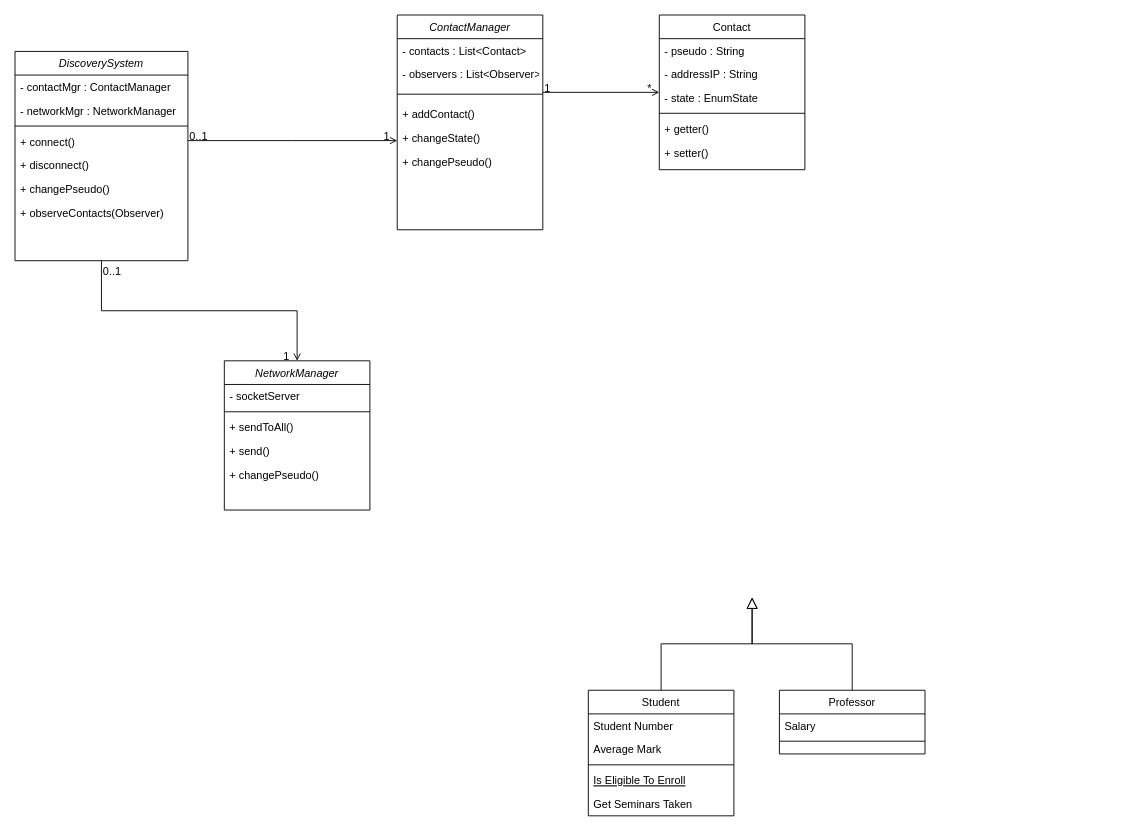
insa-4ir-chatsystem/chatsystem-billard-slamnia keeps this draw.io diagram as doc/uml/ClassDiagramDiscoverySystem.drawio. Above is the earlier version. Source tidied: cells renumbered, new cells numbered last; positions are measured from the earlier drawing's top-left corner, leaving out a move shared by most shapes. Both pictures are drawn from the tidied source at 91%, with x=0, y=0 at pixel (15, 15).
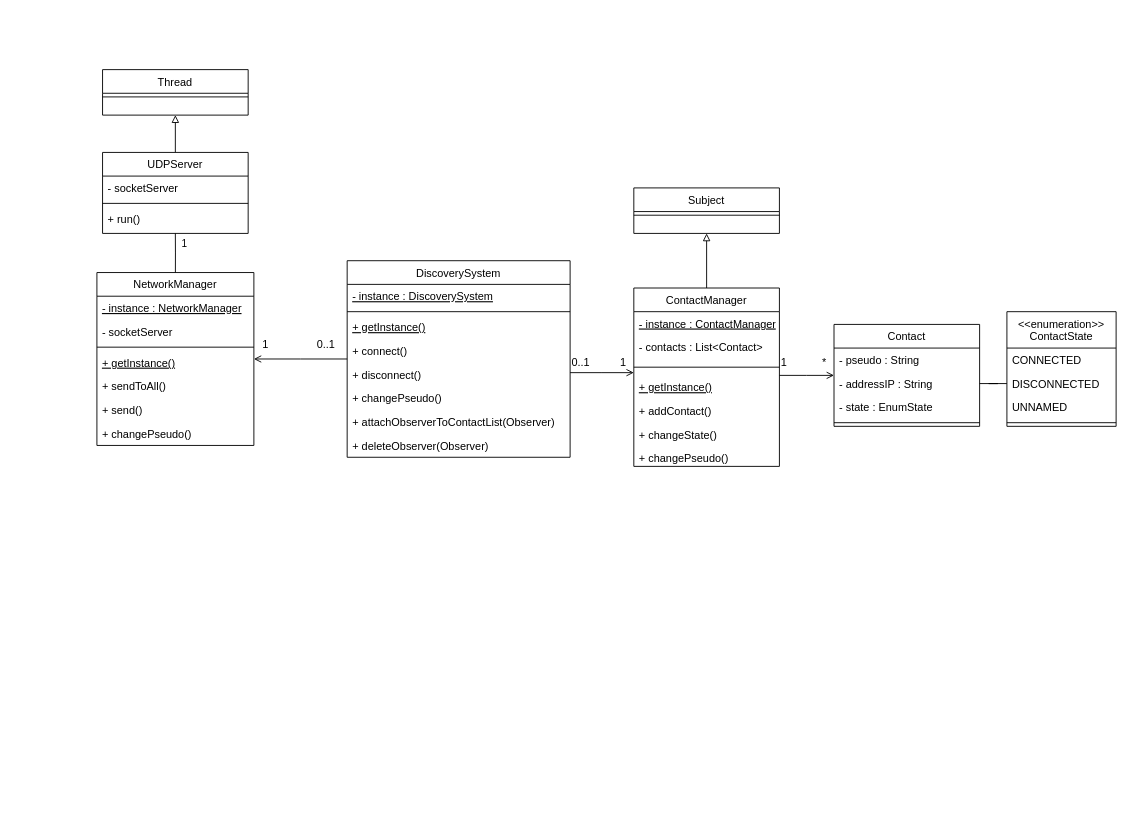
After the change.

Commit message:
Mettre à jour ClassDiagramDiscoverySystem.drawio

Unchanged cells that the change refers to:
```xml
<mxCell id="22" value="- addressIP : String" style="text;align=left;verticalAlign=top;spacingLeft=4;spacingRight=4;overflow=hidden;points=[[0,0.5],[1,0.5]];portConstraint=eastwest;rounded=0;shadow=0;html=0;" parent="20" vertex="1">
  <mxGeometry y="52" width="160" height="26" as="geometry" />
</mxCell>
<mxCell id="27" style="endArrow=open;shadow=0;strokeWidth=1;rounded=0;endFill=1;edgeStyle=elbowEdgeStyle;elbow=vertical;" parent="1" edge="1" source="2" target="20">
  <mxGeometry x="0.5" y="41" relative="1" as="geometry">
    <mxPoint x="-40" y="32" as="offset" />
  </mxGeometry>
</mxCell>
<mxCell id="44" style="endArrow=open;shadow=0;strokeWidth=1;rounded=0;endFill=1;edgeStyle=elbowEdgeStyle;elbow=vertical;" parent="1" edge="1" source="36" target="2">
  <mxGeometry x="0.5" y="41" relative="1" as="geometry">
    <mxPoint x="-40" y="32" as="offset" />
  </mxGeometry>
</mxCell>
<mxCell id="47" style="endArrow=open;shadow=0;strokeWidth=1;rounded=0;endFill=1;edgeStyle=elbowEdgeStyle;elbow=vertical;" parent="1" edge="1" source="36" target="30">
  <mxGeometry x="0.5" y="41" relative="1" as="geometry">
    <mxPoint x="-40" y="32" as="offset" />
  </mxGeometry>
</mxCell>
```

What changed in the source:
```diff
@@
+    <mxCell id="50" style="edgeStyle=orthogonalEdgeStyle;rounded=0;jettySize=auto;html=1;entryX=0.5;entryY=1;entryDx=0;entryDy=0;endArrow=block;endFill=0;" parent="1" edge="1" source="2" target="58">
+      <mxGeometry relative="1" as="geometry" />
+    </mxCell>
-    <mxCell id="2" value="ContactManager" style="swimlane;fontStyle=2;align=center;verticalAlign=top;horizontal=1;startSize=26;rounded=0;shadow=0;strokeWidth=1;" parent="1" vertex="1">
-      <mxGeometry x="420" width="160" height="236" as="geometry" />
+    <mxCell id="2" value="ContactManager" style="swimlane;fontStyle=0;align=center;verticalAlign=top;horizontal=1;startSize=26;rounded=0;shadow=0;strokeWidth=1;" parent="1" vertex="1">
+      <mxGeometry x="680" y="300" width="160" height="196" as="geometry" />
     </mxCell>
-    <mxCell id="3" value="- contacts : List&lt;Contact&gt;" style="text;align=left;verticalAlign=top;spacingLeft=4;spacingRight=4;overflow=hidden;" parent="2" vertex="1">
+    <mxCell id="3" value="- instance : ContactManager" style="text;align=left;verticalAlign=top;spacingLeft=4;spacingRight=4;overflow=hidden;fontStyle=4;" parent="2" vertex="1">
       <mxGeometry y="26" width="160" height="26" as="geometry" />
     </mxCell>
-    <mxCell id="4" value="- observers : List&lt;Observer&gt;" style="text;align=left;verticalAlign=top;spacingLeft=4;spacingRight=4;overflow=hidden;" parent="2" vertex="1">
-      <mxGeometry y="52" width="160" height="26" as="geometry" />
-    </mxCell>
+    <mxCell id="51" value="- contacts : List&lt;Contact&gt;" style="text;align=left;verticalAlign=top;spacingLeft=4;spacingRight=4;overflow=hidden;" parent="2" vertex="1">
+      <mxGeometry y="52" width="160" height="26" as="geometry" />
+    </mxCell>
@@
+    <mxCell id="52" value="+ getInstance()" style="text;align=left;verticalAlign=top;spacingLeft=4;spacingRight=4;overflow=hidden;fontStyle=4;" parent="2" vertex="1">
+      <mxGeometry y="96" width="160" height="26" as="geometry" />
+    </mxCell>
     <mxCell id="6" value="+ addContact()" style="text;align=left;verticalAlign=top;spacingLeft=4;spacingRight=4;overflow=hidden;" parent="2" vertex="1">
-      <mxGeometry y="96" width="160" height="26" as="geometry" />
+      <mxGeometry y="122" width="160" height="26" as="geometry" />
     </mxCell>
     <mxCell id="7" value="+ changeState()" style="text;align=left;verticalAlign=top;spacingLeft=4;spacingRight=4;overflow=hidden;" parent="2" vertex="1">
-      <mxGeometry y="122" width="160" height="26" as="geometry" />
+      <mxGeometry y="148" width="160" height="26" as="geometry" />
     </mxCell>
     <mxCell id="8" value="+ changePseudo()" style="text;align=left;verticalAlign=top;spacingLeft=4;spacingRight=4;overflow=hidden;" parent="2" vertex="1">
-      <mxGeometry y="148" width="160" height="22" as="geometry" />
+      <mxGeometry y="174" width="160" height="22" as="geometry" />
     </mxCell>
-    <mxCell id="9" value="Student" style="swimlane;fontStyle=0;align=center;verticalAlign=top;horizontal=1;startSize=26;rounded=0;shadow=0;strokeWidth=1;" parent="1" vertex="1">
-      <mxGeometry x="630" y="742" width="160" height="138" as="geometry" />
-    </mxCell>
-    <mxCell id="10" value="Student Number" style="text;align=left;verticalAlign=top;spacingLeft=4;spacingRight=4;overflow=hidden;" parent="9" vertex="1">
-      <mxGeometry y="26" width="160" height="26" as="geometry" />
-    </mxCell>
-    <mxCell id="11" value="Average Mark" style="text;align=left;verticalAlign=top;spacingLeft=4;spacingRight=4;overflow=hidden;rounded=0;shadow=0;html=0;" parent="9" vertex="1">
-      <mxGeometry y="52" width="160" height="26" as="geometry" />
-    </mxCell>
-    <mxCell id="12" style="line;html=1;strokeWidth=1;align=left;verticalAlign=middle;spacingTop=-1;spacingLeft=3;spacingRight=3;labelPosition=right;" parent="9" vertex="1">
-      <mxGeometry y="78" width="160" height="8" as="geometry" />
-    </mxCell>
-    <mxCell id="13" value="Is Eligible To Enroll" style="text;align=left;verticalAlign=top;spacingLeft=4;spacingRight=4;overflow=hidden;fontStyle=4;" parent="9" vertex="1">
-      <mxGeometry y="86" width="160" height="26" as="geometry" />
-    </mxCell>
-    <mxCell id="14" value="Get Seminars Taken" style="text;align=left;verticalAlign=top;spacingLeft=4;spacingRight=4;overflow=hidden;" parent="9" vertex="1">
-      <mxGeometry y="112" width="160" height="26" as="geometry" />
-    </mxCell>
-    <mxCell id="15" style="endArrow=block;endSize=10;endFill=0;shadow=0;strokeWidth=1;rounded=0;edgeStyle=elbowEdgeStyle;elbow=vertical;" parent="1" edge="1" source="9">
-      <mxGeometry relative="1" as="geometry">
-        <mxPoint x="810" y="640" as="targetPoint" />
-      </mxGeometry>
-    </mxCell>
-    <mxCell id="16" value="Professor" style="swimlane;fontStyle=0;align=center;verticalAlign=top;horizontal=1;startSize=26;rounded=0;shadow=0;strokeWidth=1;" parent="1" vertex="1">
-      <mxGeometry x="840" y="742" width="160" height="70" as="geometry" />
-    </mxCell>
-    <mxCell id="17" value="Salary" style="text;align=left;verticalAlign=top;spacingLeft=4;spacingRight=4;overflow=hidden;" parent="16" vertex="1">
-      <mxGeometry y="26" width="160" height="26" as="geometry" />
-    </mxCell>
-    <mxCell id="18" style="line;html=1;strokeWidth=1;align=left;verticalAlign=middle;spacingTop=-1;spacingLeft=3;spacingRight=3;labelPosition=right;" parent="16" vertex="1">
-      <mxGeometry y="52" width="160" height="8" as="geometry" />
-    </mxCell>
-    <mxCell id="19" style="endArrow=block;endSize=10;endFill=0;shadow=0;strokeWidth=1;rounded=0;edgeStyle=elbowEdgeStyle;elbow=vertical;" parent="1" edge="1" source="16">
-      <mxGeometry relative="1" as="geometry">
-        <mxPoint x="810" y="640" as="targetPoint" />
-      </mxGeometry>
-    </mxCell>
     <mxCell id="20" value="Contact" style="swimlane;fontStyle=0;align=center;verticalAlign=top;horizontal=1;startSize=26;rounded=0;shadow=0;strokeWidth=1;" parent="1" vertex="1">
-      <mxGeometry x="708" width="160" height="170" as="geometry" />
+      <mxGeometry x="900" y="340" width="160" height="112" as="geometry" />
     </mxCell>
@@
-    <mxCell id="25" value="+ getter()" style="text;align=left;verticalAlign=top;spacingLeft=4;spacingRight=4;overflow=hidden;" parent="20" vertex="1">
-      <mxGeometry y="112" width="160" height="26" as="geometry" />
-    </mxCell>
-    <mxCell id="26" value="+ setter()" style="text;align=left;verticalAlign=top;spacingLeft=4;spacingRight=4;overflow=hidden;" parent="20" vertex="1">
-      <mxGeometry y="138" width="160" height="26" as="geometry" />
-    </mxCell>
@@
     <mxCell id="28" value="1" style="align=left;verticalAlign=bottom;labelBackgroundColor=none;fontSize=12;" parent="27" vertex="1">
       <mxGeometry x="-1" relative="1" as="geometry">
-        <mxPoint y="4" as="offset" />
+        <mxPoint y="-6" as="offset" />
       </mxGeometry>
     </mxCell>
     <mxCell id="29" value="*" style="align=right;verticalAlign=bottom;labelBackgroundColor=none;fontSize=12;" parent="27" vertex="1">
       <mxGeometry x="1" relative="1" as="geometry">
-        <mxPoint x="-7" y="4" as="offset" />
+        <mxPoint x="-7" y="-6" as="offset" />
       </mxGeometry>
     </mxCell>
-    <mxCell id="30" value="NetworkManager" style="swimlane;fontStyle=2;align=center;verticalAlign=top;horizontal=1;startSize=26;rounded=0;shadow=0;strokeWidth=1;" parent="1" vertex="1">
-      <mxGeometry x="230" y="380" width="160" height="164" as="geometry" />
+    <mxCell id="30" value="NetworkManager" style="swimlane;fontStyle=0;align=center;verticalAlign=top;horizontal=1;startSize=26;rounded=0;shadow=0;strokeWidth=1;" parent="1" vertex="1">
+      <mxGeometry x="90" y="283" width="172.5" height="190" as="geometry" />
     </mxCell>
+    <mxCell id="53" value="- instance : NetworkManager " style="text;align=left;verticalAlign=top;spacingLeft=4;spacingRight=4;overflow=hidden;fontStyle=4;" parent="30" vertex="1">
+      <mxGeometry y="26" width="172.5" height="26" as="geometry" />
+    </mxCell>
     <mxCell id="31" value="- socketServer" style="text;align=left;verticalAlign=top;spacingLeft=4;spacingRight=4;overflow=hidden;" parent="30" vertex="1">
-      <mxGeometry y="26" width="160" height="26" as="geometry" />
+      <mxGeometry y="52" width="172.5" height="26" as="geometry" />
     </mxCell>
     <mxCell id="32" style="line;html=1;strokeWidth=1;align=left;verticalAlign=middle;spacingTop=-1;spacingLeft=3;spacingRight=3;labelPosition=right;" parent="30" vertex="1">
-      <mxGeometry y="52" width="160" height="8" as="geometry" />
+      <mxGeometry y="78" width="172.5" height="8" as="geometry" />
     </mxCell>
+    <mxCell id="54" value="+ getInstance()" style="text;align=left;verticalAlign=top;spacingLeft=4;spacingRight=4;overflow=hidden;fontStyle=4;" parent="30" vertex="1">
+      <mxGeometry y="86" width="172.5" height="26" as="geometry" />
+    </mxCell>
     <mxCell id="33" value="+ sendToAll()" style="text;align=left;verticalAlign=top;spacingLeft=4;spacingRight=4;overflow=hidden;" parent="30" vertex="1">
-      <mxGeometry y="60" width="160" height="26" as="geometry" />
+      <mxGeometry y="112" width="172.5" height="26" as="geometry" />
     </mxCell>
     <mxCell id="34" value="+ send()" style="text;align=left;verticalAlign=top;spacingLeft=4;spacingRight=4;overflow=hidden;" parent="30" vertex="1">
-      <mxGeometry y="86" width="160" height="26" as="geometry" />
+      <mxGeometry y="138" width="172.5" height="26" as="geometry" />
     </mxCell>
     <mxCell id="35" value="+ changePseudo()" style="text;align=left;verticalAlign=top;spacingLeft=4;spacingRight=4;overflow=hidden;" parent="30" vertex="1">
-      <mxGeometry y="112" width="160" height="26" as="geometry" />
+      <mxGeometry y="164" width="172.5" height="26" as="geometry" />
     </mxCell>
-    <mxCell id="36" value="DiscoverySystem" style="swimlane;fontStyle=2;align=center;verticalAlign=top;horizontal=1;startSize=26;rounded=0;shadow=0;strokeWidth=1;" parent="1" vertex="1">
-      <mxGeometry y="40" width="190" height="230" as="geometry" />
+    <mxCell id="36" value="DiscoverySystem" style="swimlane;fontStyle=0;align=center;verticalAlign=top;horizontal=1;startSize=26;rounded=0;shadow=0;strokeWidth=1;" parent="1" vertex="1">
+      <mxGeometry x="365" y="270" width="245" height="216" as="geometry" />
     </mxCell>
-    <mxCell id="37" value="- contactMgr : ContactManager" style="text;align=left;verticalAlign=top;spacingLeft=4;spacingRight=4;overflow=hidden;" parent="36" vertex="1">
-      <mxGeometry y="26" width="190" height="26" as="geometry" />
-    </mxCell>
-    <mxCell id="38" value="- networkMgr : NetworkManager" style="text;align=left;verticalAlign=top;spacingLeft=4;spacingRight=4;overflow=hidden;" parent="36" vertex="1">
-      <mxGeometry y="52" width="190" height="26" as="geometry" />
-    </mxCell>
+    <mxCell id="55" value="- instance : DiscoverySystem " style="text;align=left;verticalAlign=top;spacingLeft=4;spacingRight=4;overflow=hidden;fontStyle=4;" parent="36" vertex="1">
+      <mxGeometry y="26" width="245" height="26" as="geometry" />
+    </mxCell>
     <mxCell id="39" style="line;html=1;strokeWidth=1;align=left;verticalAlign=middle;spacingTop=-1;spacingLeft=3;spacingRight=3;labelPosition=right;" parent="36" vertex="1">
-      <mxGeometry y="78" width="190" height="8" as="geometry" />
+      <mxGeometry y="52" width="245" height="8" as="geometry" />
     </mxCell>
-    <mxCell id="40" value="+ connect()" style="text;align=left;verticalAlign=top;spacingLeft=4;spacingRight=4;overflow=hidden;" parent="36" vertex="1">
-      <mxGeometry y="86" width="190" height="26" as="geometry" />
+    <mxCell id="40" value="+ getInstance()" style="text;align=left;verticalAlign=top;spacingLeft=4;spacingRight=4;overflow=hidden;fontStyle=4;" parent="36" vertex="1">
+      <mxGeometry y="60" width="245" height="26" as="geometry" />
     </mxCell>
+    <mxCell id="56" value="+ connect()" style="text;align=left;verticalAlign=top;spacingLeft=4;spacingRight=4;overflow=hidden;" parent="36" vertex="1">
+      <mxGeometry y="86" width="245" height="26" as="geometry" />
+    </mxCell>
     <mxCell id="41" value="+ disconnect()" style="text;align=left;verticalAlign=top;spacingLeft=4;spacingRight=4;overflow=hidden;" parent="36" vertex="1">
-      <mxGeometry y="112" width="190" height="26" as="geometry" />
+      <mxGeometry y="112" width="245" height="26" as="geometry" />
     </mxCell>
     <mxCell id="42" value="+ changePseudo()" style="text;align=left;verticalAlign=top;spacingLeft=4;spacingRight=4;overflow=hidden;" parent="36" vertex="1">
-      <mxGeometry y="138" width="190" height="26" as="geometry" />
+      <mxGeometry y="138" width="245" height="26" as="geometry" />
     </mxCell>
-    <mxCell id="43" value="+ observeContacts(Observer)" style="text;align=left;verticalAlign=top;spacingLeft=4;spacingRight=4;overflow=hidden;" parent="36" vertex="1">
-      <mxGeometry y="164" width="190" height="26" as="geometry" />
+    <mxCell id="43" value="+ attachObserverToContactList(Observer)" style="text;align=left;verticalAlign=top;spacingLeft=4;spacingRight=4;overflow=hidden;" parent="36" vertex="1">
+      <mxGeometry y="164" width="245" height="26" as="geometry" />
     </mxCell>
+    <mxCell id="57" value="+ deleteObserver(Observer)" style="text;align=left;verticalAlign=top;spacingLeft=4;spacingRight=4;overflow=hidden;" parent="36" vertex="1">
+      <mxGeometry y="190" width="245" height="26" as="geometry" />
+    </mxCell>
@@
     <mxCell id="45" value="0..1" style="align=left;verticalAlign=bottom;labelBackgroundColor=none;fontSize=12;" parent="44" vertex="1">
       <mxGeometry x="-1" relative="1" as="geometry">
-        <mxPoint y="4" as="offset" />
+        <mxPoint y="-3" as="offset" />
       </mxGeometry>
     </mxCell>
     <mxCell id="46" value="1" style="align=right;verticalAlign=bottom;labelBackgroundColor=none;fontSize=12;" parent="44" vertex="1">
       <mxGeometry x="1" relative="1" as="geometry">
-        <mxPoint x="-7" y="4" as="offset" />
+        <mxPoint x="-7" y="-3" as="offset" />
       </mxGeometry>
     </mxCell>
@@
     <mxCell id="48" value="0..1" style="align=left;verticalAlign=bottom;labelBackgroundColor=none;fontSize=12;" parent="47" vertex="1">
       <mxGeometry x="-1" relative="1" as="geometry">
-        <mxPoint y="20" as="offset" />
+        <mxPoint x="-35" y="-8" as="offset" />
       </mxGeometry>
     </mxCell>
     <mxCell id="49" value="1" style="align=right;verticalAlign=bottom;labelBackgroundColor=none;fontSize=12;" parent="47" vertex="1">
       <mxGeometry x="1" relative="1" as="geometry">
-        <mxPoint x="-7" y="4" as="offset" />
+        <mxPoint x="18" y="-8" as="offset" />
       </mxGeometry>
     </mxCell>
+    <mxCell id="58" value="Subject" style="swimlane;fontStyle=0;align=center;verticalAlign=top;horizontal=1;startSize=26;rounded=0;shadow=0;strokeWidth=1;" parent="1" vertex="1">
+      <mxGeometry x="680" y="190" width="160" height="50" as="geometry" />
+    </mxCell>
+    <mxCell id="59" style="line;html=1;strokeWidth=1;align=left;verticalAlign=middle;spacingTop=-1;spacingLeft=3;spacingRight=3;labelPosition=right;" parent="58" vertex="1">
+      <mxGeometry y="26" width="160" height="8" as="geometry" />
+    </mxCell>
+    <mxCell id="60" style="edgeStyle=orthogonalEdgeStyle;rounded=0;jettySize=auto;html=1;entryX=0.5;entryY=1;entryDx=0;entryDy=0;endArrow=block;endFill=0;" parent="1" edge="1" source="61" target="70">
+      <mxGeometry relative="1" as="geometry" />
+    </mxCell>
+    <mxCell id="61" value="UDPServer" style="swimlane;fontStyle=0;align=center;verticalAlign=top;horizontal=1;startSize=26;rounded=0;shadow=0;strokeWidth=1;" parent="1" vertex="1">
+      <mxGeometry x="96.2" y="151" width="160" height="89" as="geometry" />
+    </mxCell>
+    <mxCell id="62" value="- socketServer" style="text;align=left;verticalAlign=top;spacingLeft=4;spacingRight=4;overflow=hidden;" parent="61" vertex="1">
+      <mxGeometry y="26" width="160" height="26" as="geometry" />
+    </mxCell>
+    <mxCell id="18" style="line;html=1;strokeWidth=1;align=left;verticalAlign=middle;spacingTop=-1;spacingLeft=3;spacingRight=3;labelPosition=right;" parent="61" vertex="1">
+      <mxGeometry y="52" width="160" height="8" as="geometry" />
+    </mxCell>
+    <mxCell id="63" value="+ run()" style="text;align=left;verticalAlign=top;spacingLeft=4;spacingRight=4;overflow=hidden;" parent="61" vertex="1">
+      <mxGeometry y="60" width="160" height="26" as="geometry" />
+    </mxCell>
+    <mxCell id="64" value="&lt;&lt;enumeration&gt;&gt;&#10;ContactState" style="swimlane;fontStyle=0;align=center;verticalAlign=top;horizontal=1;startSize=40;rounded=0;shadow=0;strokeWidth=1;" parent="1" vertex="1">
+      <mxGeometry x="1090" y="326" width="120" height="126" as="geometry" />
+    </mxCell>
+    <mxCell id="65" value="CONNECTED" style="text;align=left;verticalAlign=top;spacingLeft=4;spacingRight=4;overflow=hidden;" parent="64" vertex="1">
+      <mxGeometry y="40" width="120" height="26" as="geometry" />
+    </mxCell>
+    <mxCell id="66" value="DISCONNECTED" style="text;align=left;verticalAlign=top;spacingLeft=4;spacingRight=4;overflow=hidden;points=[[0,0.5],[1,0.5]];portConstraint=eastwest;rounded=0;shadow=0;html=0;" parent="64" vertex="1">
+      <mxGeometry y="66" width="120" height="26" as="geometry" />
+    </mxCell>
+    <mxCell id="67" value="UNNAMED" style="text;align=left;verticalAlign=top;spacingLeft=4;spacingRight=4;overflow=hidden;rounded=0;shadow=0;html=0;" parent="64" vertex="1">
+      <mxGeometry y="92" width="120" height="26" as="geometry" />
+    </mxCell>
+    <mxCell id="68" style="line;html=1;strokeWidth=1;align=left;verticalAlign=middle;spacingTop=-1;spacingLeft=3;spacingRight=3;labelPosition=right;" parent="64" vertex="1">
+      <mxGeometry y="118" width="120" height="8" as="geometry" />
+    </mxCell>
+    <mxCell id="69" style="edgeStyle=orthogonalEdgeStyle;rounded=0;jettySize=auto;html=1;entryX=0;entryY=0.5;entryDx=0;entryDy=0;endArrow=none;endFill=0;" parent="1" edge="1" source="22" target="66">
+      <mxGeometry relative="1" as="geometry" />
+    </mxCell>
+    <mxCell id="70" value="Thread" style="swimlane;fontStyle=0;align=center;verticalAlign=top;horizontal=1;startSize=26;rounded=0;shadow=0;strokeWidth=1;" parent="1" vertex="1">
+      <mxGeometry x="96.2" y="60" width="160" height="50" as="geometry" />
+    </mxCell>
+    <mxCell id="71" style="line;html=1;strokeWidth=1;align=left;verticalAlign=middle;spacingTop=-1;spacingLeft=3;spacingRight=3;labelPosition=right;" parent="70" vertex="1">
+      <mxGeometry y="26" width="160" height="8" as="geometry" />
+    </mxCell>
+    <mxCell id="72" style="edgeStyle=orthogonalEdgeStyle;rounded=0;jettySize=auto;html=1;entryX=0.5;entryY=1;entryDx=0;entryDy=0;endArrow=none;endFill=0;exitX=0.5;exitY=0;exitDx=0;exitDy=0;" parent="1" edge="1" source="30" target="61">
+      <mxGeometry relative="1" as="geometry" />
+    </mxCell>
+    <mxCell id="73" value="&lt;div&gt;1&lt;/div&gt;" style="edgeLabel;html=1;align=center;verticalAlign=middle;" parent="72" vertex="1">
+      <mxGeometry x="0.59" relative="1" as="geometry">
+        <mxPoint x="9" y="1" as="offset" />
+      </mxGeometry>
+    </mxCell>
```
